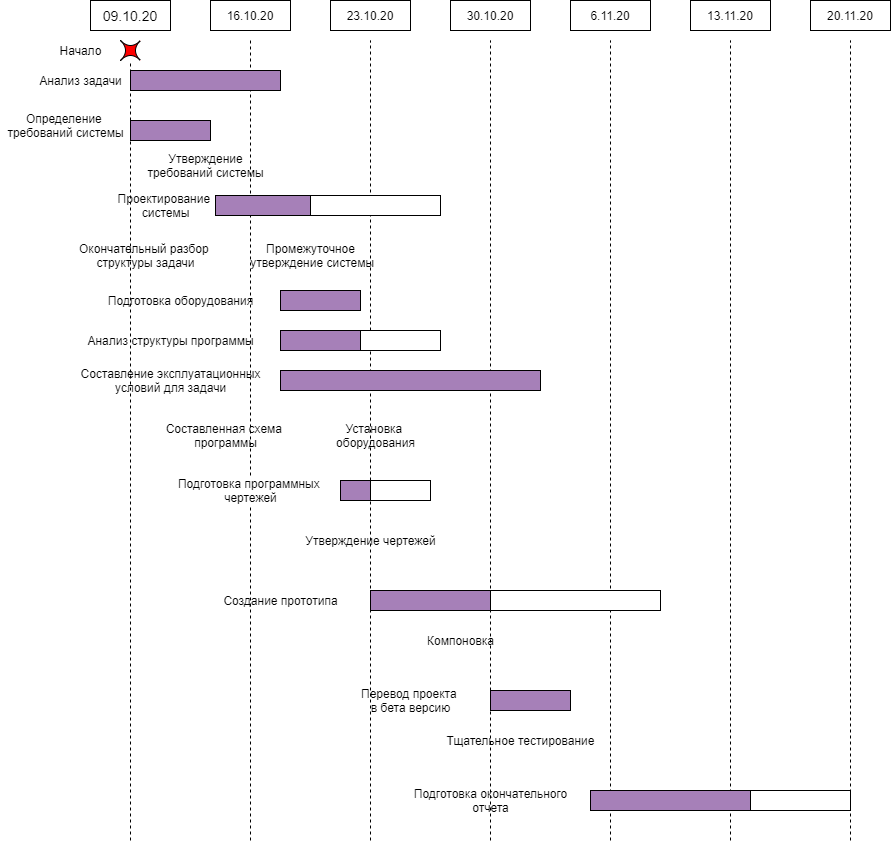
Earlier version of the draw.io export Time Diagram of Duration of Stages.png (krimberg/Alarm-clock). Source tidied: cells renumbered, new cells last; positions are measured from the earlier drawing's top-left corner, leaving out a move shared by most shapes. Source of this version:
```xml
<mxGraphModel>
  <root>
    <mxCell id="0" />
    <mxCell id="1" parent="0" />
    <mxCell id="2" style="endArrow=none;dashed=1;html=1;" parent="1" edge="1" source="46">
      <mxGeometry relative="1" as="geometry">
        <mxPoint x="250" y="40" as="targetPoint" />
      </mxGeometry>
    </mxCell>
    <mxCell id="3" style="endArrow=none;dashed=1;html=1;" parent="1" edge="1" source="31">
      <mxGeometry relative="1" as="geometry">
        <mxPoint x="130" y="40" as="targetPoint" />
      </mxGeometry>
    </mxCell>
    <mxCell id="4" style="endArrow=none;dashed=1;html=1;" parent="1" edge="1">
      <mxGeometry relative="1" as="geometry">
        <mxPoint x="370" y="840" as="sourcePoint" />
        <mxPoint x="370" y="40" as="targetPoint" />
      </mxGeometry>
    </mxCell>
    <mxCell id="5" style="endArrow=none;dashed=1;html=1;" parent="1" edge="1">
      <mxGeometry relative="1" as="geometry">
        <mxPoint x="490" y="570" as="sourcePoint" />
        <mxPoint x="490" y="40" as="targetPoint" />
      </mxGeometry>
    </mxCell>
    <mxCell id="6" style="endArrow=none;dashed=1;html=1;" parent="1" edge="1">
      <mxGeometry relative="1" as="geometry">
        <mxPoint x="610" y="840" as="sourcePoint" />
        <mxPoint x="610" y="40" as="targetPoint" />
      </mxGeometry>
    </mxCell>
    <mxCell id="7" style="endArrow=none;dashed=1;html=1;" parent="1" edge="1">
      <mxGeometry relative="1" as="geometry">
        <mxPoint x="730" y="840" as="sourcePoint" />
        <mxPoint x="730" y="40" as="targetPoint" />
      </mxGeometry>
    </mxCell>
    <mxCell id="8" style="endArrow=none;dashed=1;html=1;" parent="1" edge="1">
      <mxGeometry relative="1" as="geometry">
        <mxPoint x="850" y="840" as="sourcePoint" />
        <mxPoint x="850" y="40" as="targetPoint" />
      </mxGeometry>
    </mxCell>
    <mxCell id="9" value="16.10.20" style="rounded=0;whiteSpace=wrap;html=1;" parent="1" vertex="1">
      <mxGeometry x="210" width="80" height="30" as="geometry" />
    </mxCell>
    <mxCell id="10" value="20.11.20" style="rounded=0;whiteSpace=wrap;html=1;" parent="1" vertex="1">
      <mxGeometry x="810" width="80" height="30" as="geometry" />
    </mxCell>
    <mxCell id="11" value="23.10.20" style="rounded=0;whiteSpace=wrap;html=1;" parent="1" vertex="1">
      <mxGeometry x="330" width="80" height="30" as="geometry" />
    </mxCell>
    <mxCell id="12" value="30.10.20" style="rounded=0;whiteSpace=wrap;html=1;" parent="1" vertex="1">
      <mxGeometry x="450" width="80" height="30" as="geometry" />
    </mxCell>
    <mxCell id="13" value="6.11.20" style="rounded=0;whiteSpace=wrap;html=1;" parent="1" vertex="1">
      <mxGeometry x="570" width="80" height="30" as="geometry" />
    </mxCell>
    <mxCell id="14" value="13.11.20" style="rounded=0;whiteSpace=wrap;html=1;" parent="1" vertex="1">
      <mxGeometry x="690" width="80" height="30" as="geometry" />
    </mxCell>
    <mxCell id="15" value="&lt;font style=&quot;font-size: 14px&quot;&gt;09.10.20&lt;/font&gt;" style="rounded=0;whiteSpace=wrap;html=1;" parent="1" vertex="1">
      <mxGeometry x="90" width="80" height="30" as="geometry" />
    </mxCell>
    <mxCell id="16" style="rounded=0;whiteSpace=wrap;html=1;fillColor=#A680B8;" parent="1" vertex="1">
      <mxGeometry x="130" y="70" width="150" height="20" as="geometry" />
    </mxCell>
    <mxCell id="17" style="rounded=0;whiteSpace=wrap;html=1;fillColor=#A680B8;" parent="1" vertex="1">
      <mxGeometry x="130" y="120" width="80" height="20" as="geometry" />
    </mxCell>
    <mxCell id="18" style="whiteSpace=wrap;html=1;fillColor=#A680B8;" parent="1" vertex="1">
      <mxGeometry x="215" y="195" width="140" height="20" as="geometry" />
    </mxCell>
    <mxCell id="19" style="rounded=0;whiteSpace=wrap;html=1;" parent="1" vertex="1">
      <mxGeometry x="310" y="195" width="130" height="20" as="geometry" />
    </mxCell>
    <mxCell id="20" style="rounded=0;whiteSpace=wrap;html=1;fillColor=#A680B8;" parent="1" vertex="1">
      <mxGeometry x="280" y="290" width="80" height="20" as="geometry" />
    </mxCell>
    <mxCell id="21" style="rounded=0;whiteSpace=wrap;html=1;fillColor=#A680B8;" parent="1" vertex="1">
      <mxGeometry x="280" y="330" width="80" height="20" as="geometry" />
    </mxCell>
    <mxCell id="22" style="rounded=0;whiteSpace=wrap;html=1;fillColor=#A680B8;" parent="1" vertex="1">
      <mxGeometry x="280" y="370" width="260" height="20" as="geometry" />
    </mxCell>
    <mxCell id="23" style="rounded=0;whiteSpace=wrap;html=1;" parent="1" vertex="1">
      <mxGeometry x="360" y="330" width="80" height="20" as="geometry" />
    </mxCell>
    <mxCell id="24" style="rounded=0;whiteSpace=wrap;html=1;fillColor=#A680B8;" parent="1" vertex="1">
      <mxGeometry x="340" y="480" width="60" height="20" as="geometry" />
    </mxCell>
    <mxCell id="25" style="rounded=0;whiteSpace=wrap;html=1;" parent="1" vertex="1">
      <mxGeometry x="370" y="480" width="60" height="20" as="geometry" />
    </mxCell>
    <mxCell id="26" style="rounded=0;whiteSpace=wrap;html=1;fillColor=#A680B8;" parent="1" vertex="1">
      <mxGeometry x="370" y="590" width="120" height="20" as="geometry" />
    </mxCell>
    <mxCell id="27" style="rounded=0;whiteSpace=wrap;html=1;" parent="1" vertex="1">
      <mxGeometry x="490" y="590" width="170" height="20" as="geometry" />
    </mxCell>
    <mxCell id="28" style="rounded=0;whiteSpace=wrap;html=1;fillColor=#A680B8;" parent="1" vertex="1">
      <mxGeometry x="590" y="790" width="160" height="20" as="geometry" />
    </mxCell>
    <mxCell id="29" style="rounded=0;whiteSpace=wrap;html=1;" parent="1" vertex="1">
      <mxGeometry x="750" y="790" width="100" height="20" as="geometry" />
    </mxCell>
    <mxCell id="30" style="rounded=0;whiteSpace=wrap;html=1;fillColor=#A680B8;" parent="1" vertex="1">
      <mxGeometry x="490" y="690" width="80" height="20" as="geometry" />
    </mxCell>
    <mxCell id="31" style="shape=switch;whiteSpace=wrap;html=1;fillColor=#FF0000;" parent="1" vertex="1">
      <mxGeometry x="120" y="40" width="20" height="20" as="geometry" />
    </mxCell>
    <mxCell id="32" style="endArrow=none;dashed=1;html=1;" parent="1" edge="1" target="31">
      <mxGeometry relative="1" as="geometry">
        <mxPoint x="130" y="840" as="sourcePoint" />
      </mxGeometry>
    </mxCell>
    <mxCell id="33" style="endArrow=none;dashed=1;html=1;" parent="1" edge="1">
      <mxGeometry relative="1" as="geometry">
        <mxPoint x="490" y="840" as="sourcePoint" />
        <mxPoint x="490" y="570" as="targetPoint" />
      </mxGeometry>
    </mxCell>
    <mxCell id="34" value="Начало" style="text;html=1;align=center;verticalAlign=middle;" parent="1" vertex="1">
      <mxGeometry x="50" y="40" width="60" height="20" as="geometry" />
    </mxCell>
    <mxCell id="35" value="Анализ задачи" style="text;html=1;align=center;verticalAlign=middle;" parent="1" vertex="1">
      <mxGeometry x="30" y="70" width="100" height="20" as="geometry" />
    </mxCell>
    <mxCell id="36" value="Определение &lt;br&gt;требований системы" style="text;html=1;align=center;verticalAlign=middle;" parent="1" vertex="1">
      <mxGeometry y="110" width="130" height="30" as="geometry" />
    </mxCell>
    <mxCell id="37" value="Утверждение&lt;br&gt;требований системы" style="text;html=1;align=center;verticalAlign=middle;" parent="1" vertex="1">
      <mxGeometry x="140" y="150" width="130" height="30" as="geometry" />
    </mxCell>
    <mxCell id="38" value="Проектирование&amp;nbsp;&lt;br&gt;системы" style="text;html=1;align=center;verticalAlign=middle;" parent="1" vertex="1">
      <mxGeometry x="110" y="190" width="110" height="30" as="geometry" />
    </mxCell>
    <mxCell id="39" value="Окончательный разбор&amp;nbsp;&lt;br&gt;структуры&amp;nbsp;задачи" style="text;html=1;align=center;verticalAlign=middle;" parent="1" vertex="1">
      <mxGeometry x="70" y="240" width="150" height="30" as="geometry" />
    </mxCell>
    <mxCell id="40" value="Промежуточное&lt;br&gt;&amp;nbsp;утверждение системы" style="text;html=1;align=center;verticalAlign=middle;" parent="1" vertex="1">
      <mxGeometry x="240" y="240" width="140" height="30" as="geometry" />
    </mxCell>
    <mxCell id="41" value="Подготовка оборудования" style="text;html=1;align=center;verticalAlign=middle;" parent="1" vertex="1">
      <mxGeometry x="100" y="290" width="160" height="20" as="geometry" />
    </mxCell>
    <mxCell id="42" value="Анализ структуры программы" style="text;html=1;align=center;verticalAlign=middle;" parent="1" vertex="1">
      <mxGeometry x="80" y="330" width="180" height="20" as="geometry" />
    </mxCell>
    <mxCell id="43" value="Составление эксплуатационных&lt;br&gt;условий для задачи" style="text;html=1;align=center;verticalAlign=middle;" parent="1" vertex="1">
      <mxGeometry x="70" y="365" width="200" height="30" as="geometry" />
    </mxCell>
    <mxCell id="44" value="Составленная схема &lt;br&gt;программы" style="text;html=1;align=center;verticalAlign=middle;" parent="1" vertex="1">
      <mxGeometry x="160" y="420" width="130" height="30" as="geometry" />
    </mxCell>
    <mxCell id="45" value="Установка &lt;br&gt;оборудования" style="text;html=1;align=center;verticalAlign=middle;" parent="1" vertex="1">
      <mxGeometry x="330" y="420" width="90" height="30" as="geometry" />
    </mxCell>
    <mxCell id="46" value="Подготовка программных &lt;br&gt;чертежей" style="text;html=1;align=center;verticalAlign=middle;points=[];" parent="1" vertex="1">
      <mxGeometry x="170" y="475" width="160" height="30" as="geometry" />
    </mxCell>
    <mxCell id="47" style="endArrow=none;dashed=1;html=1;" parent="1" edge="1" target="46">
      <mxGeometry relative="1" as="geometry">
        <mxPoint x="250" y="840" as="sourcePoint" />
      </mxGeometry>
    </mxCell>
    <mxCell id="48" value="Утверждение чертежей" style="text;html=1;align=center;verticalAlign=middle;" parent="1" vertex="1">
      <mxGeometry x="295" y="530" width="150" height="20" as="geometry" />
    </mxCell>
    <mxCell id="49" value="Создание прототипа" style="text;html=1;align=center;verticalAlign=middle;" parent="1" vertex="1">
      <mxGeometry x="215" y="590" width="130" height="20" as="geometry" />
    </mxCell>
    <mxCell id="50" value="Компоновка&lt;br&gt;" style="text;html=1;align=center;verticalAlign=middle;" parent="1" vertex="1">
      <mxGeometry x="420" y="630" width="80" height="20" as="geometry" />
    </mxCell>
    <mxCell id="51" value="Перевод проекта &lt;br&gt;в бета версию" style="text;html=1;align=center;verticalAlign=middle;" parent="1" vertex="1">
      <mxGeometry x="355" y="685" width="110" height="30" as="geometry" />
    </mxCell>
    <mxCell id="52" value="Тщательное тестирование" style="text;html=1;align=center;verticalAlign=middle;" parent="1" vertex="1">
      <mxGeometry x="440" y="730" width="160" height="20" as="geometry" />
    </mxCell>
    <mxCell id="53" value="Подготовка окончательного&lt;br&gt;отчета" style="text;html=1;align=center;verticalAlign=middle;" parent="1" vertex="1">
      <mxGeometry x="405" y="785" width="170" height="30" as="geometry" />
    </mxCell>
  </root>
</mxGraphModel>
```
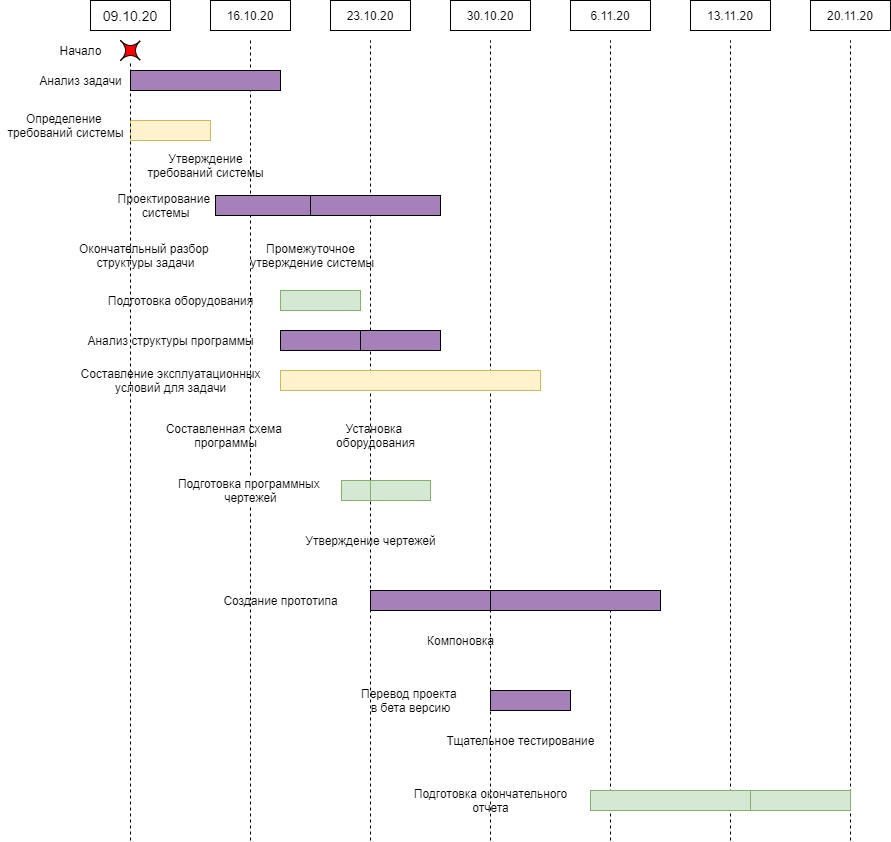
The same file after the commit.

What changed in the source:
```diff
@@ -66,43 +66,43 @@
     <mxCell id="16" style="rounded=0;whiteSpace=wrap;html=1;fillColor=#A680B8;" parent="1" vertex="1">
       <mxGeometry x="130" y="70" width="150" height="20" as="geometry" />
     </mxCell>
-    <mxCell id="17" style="rounded=0;whiteSpace=wrap;html=1;fillColor=#A680B8;" parent="1" vertex="1">
+    <mxCell id="17" style="rounded=0;whiteSpace=wrap;html=1;fillColor=#fff2cc;strokeColor=#d6b656;" parent="1" vertex="1">
       <mxGeometry x="130" y="120" width="80" height="20" as="geometry" />
     </mxCell>
     <mxCell id="18" style="whiteSpace=wrap;html=1;fillColor=#A680B8;" parent="1" vertex="1">
       <mxGeometry x="215" y="195" width="140" height="20" as="geometry" />
     </mxCell>
-    <mxCell id="19" style="rounded=0;whiteSpace=wrap;html=1;" parent="1" vertex="1">
+    <mxCell id="19" style="rounded=0;whiteSpace=wrap;html=1;fillColor=#A680B8;" parent="1" vertex="1">
       <mxGeometry x="310" y="195" width="130" height="20" as="geometry" />
     </mxCell>
-    <mxCell id="20" style="rounded=0;whiteSpace=wrap;html=1;fillColor=#A680B8;" parent="1" vertex="1">
+    <mxCell id="20" style="rounded=0;whiteSpace=wrap;html=1;fillColor=#d5e8d4;strokeColor=#82b366;" parent="1" vertex="1">
       <mxGeometry x="280" y="290" width="80" height="20" as="geometry" />
     </mxCell>
     <mxCell id="21" style="rounded=0;whiteSpace=wrap;html=1;fillColor=#A680B8;" parent="1" vertex="1">
       <mxGeometry x="280" y="330" width="80" height="20" as="geometry" />
     </mxCell>
-    <mxCell id="22" style="rounded=0;whiteSpace=wrap;html=1;fillColor=#A680B8;" parent="1" vertex="1">
+    <mxCell id="22" style="rounded=0;whiteSpace=wrap;html=1;fillColor=#fff2cc;strokeColor=#d6b656;" parent="1" vertex="1">
       <mxGeometry x="280" y="370" width="260" height="20" as="geometry" />
     </mxCell>
-    <mxCell id="23" style="rounded=0;whiteSpace=wrap;html=1;" parent="1" vertex="1">
+    <mxCell id="23" style="rounded=0;whiteSpace=wrap;html=1;fillColor=#A680B8;" parent="1" vertex="1">
       <mxGeometry x="360" y="330" width="80" height="20" as="geometry" />
     </mxCell>
-    <mxCell id="24" style="rounded=0;whiteSpace=wrap;html=1;fillColor=#A680B8;" parent="1" vertex="1">
-      <mxGeometry x="340" y="480" width="60" height="20" as="geometry" />
+    <mxCell id="24" style="rounded=0;whiteSpace=wrap;html=1;fillColor=#d5e8d4;strokeColor=#82b366;" parent="1" vertex="1">
+      <mxGeometry x="341" y="480" width="60" height="20" as="geometry" />
     </mxCell>
-    <mxCell id="25" style="rounded=0;whiteSpace=wrap;html=1;" parent="1" vertex="1">
+    <mxCell id="25" style="rounded=0;whiteSpace=wrap;html=1;fillColor=#d5e8d4;strokeColor=#82b366;" parent="1" vertex="1">
       <mxGeometry x="370" y="480" width="60" height="20" as="geometry" />
     </mxCell>
     <mxCell id="26" style="rounded=0;whiteSpace=wrap;html=1;fillColor=#A680B8;" parent="1" vertex="1">
       <mxGeometry x="370" y="590" width="120" height="20" as="geometry" />
     </mxCell>
-    <mxCell id="27" style="rounded=0;whiteSpace=wrap;html=1;" parent="1" vertex="1">
+    <mxCell id="27" style="rounded=0;whiteSpace=wrap;html=1;fillColor=#A680B8;" parent="1" vertex="1">
       <mxGeometry x="490" y="590" width="170" height="20" as="geometry" />
     </mxCell>
-    <mxCell id="28" style="rounded=0;whiteSpace=wrap;html=1;fillColor=#A680B8;" parent="1" vertex="1">
+    <mxCell id="28" style="rounded=0;whiteSpace=wrap;html=1;fillColor=#d5e8d4;strokeColor=#82b366;" parent="1" vertex="1">
       <mxGeometry x="590" y="790" width="160" height="20" as="geometry" />
     </mxCell>
-    <mxCell id="29" style="rounded=0;whiteSpace=wrap;html=1;" parent="1" vertex="1">
+    <mxCell id="29" style="rounded=0;whiteSpace=wrap;html=1;fillColor=#d5e8d4;strokeColor=#82b366;" parent="1" vertex="1">
       <mxGeometry x="750" y="790" width="100" height="20" as="geometry" />
     </mxCell>
     <mxCell id="30" style="rounded=0;whiteSpace=wrap;html=1;fillColor=#A680B8;" parent="1" vertex="1">
```
